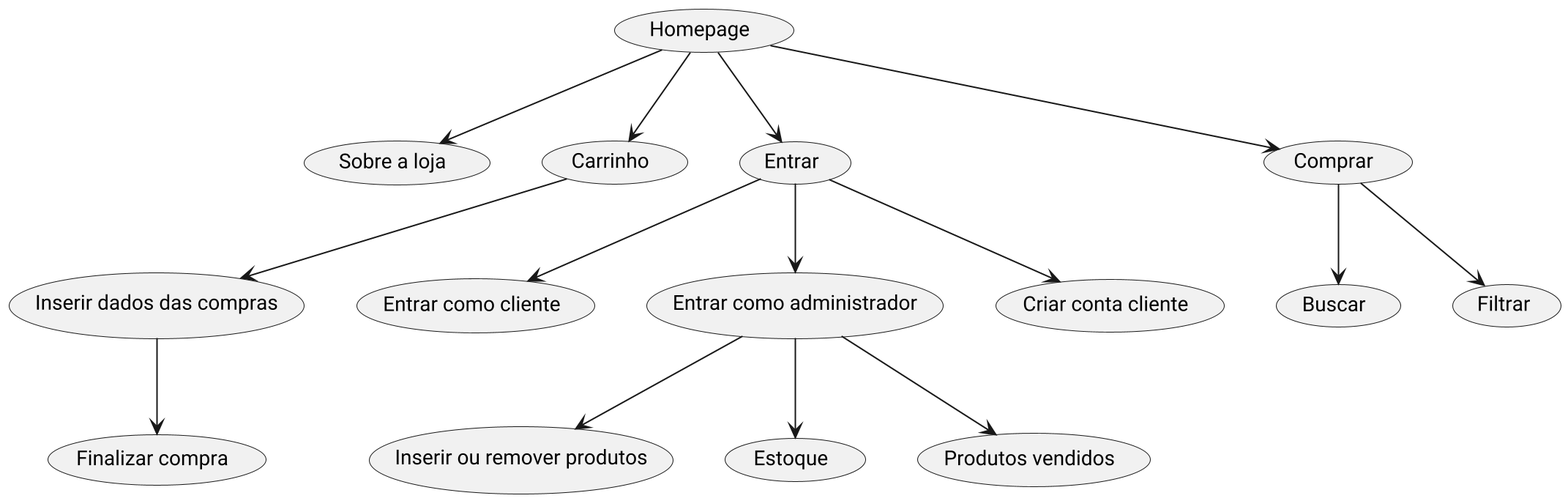
Earlier version of the PlantUML export diagrama.png (GabrielMtins/scc0219web).
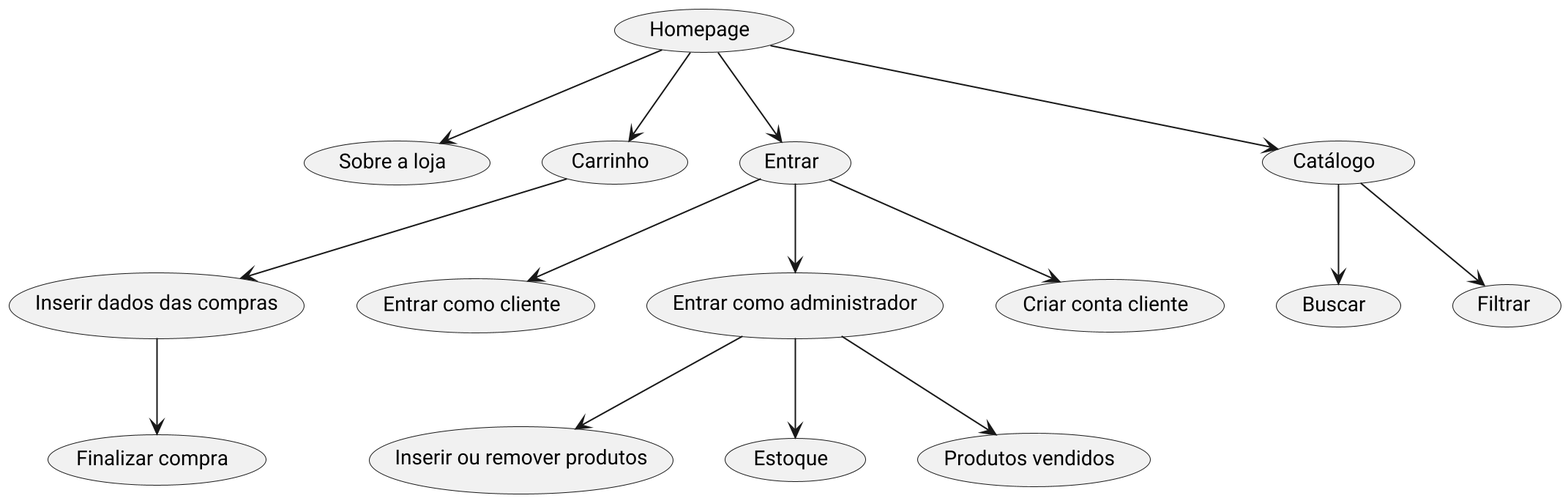
The same file after the commit.

Commit message:
adicionado mockup e atualizado diagrama

Diff of the diagram source:
```diff
@@ -16,7 +16,7 @@
 usecase "Finalizar compra" as finalizar_compra
 usecase "Estoque" as estoque
 usecase "Produtos vendidos" as prod_vend
-usecase "Comprar" as compras
+usecase "Catálogo" as compras
 
 home --> login
 login --> login_client
```
